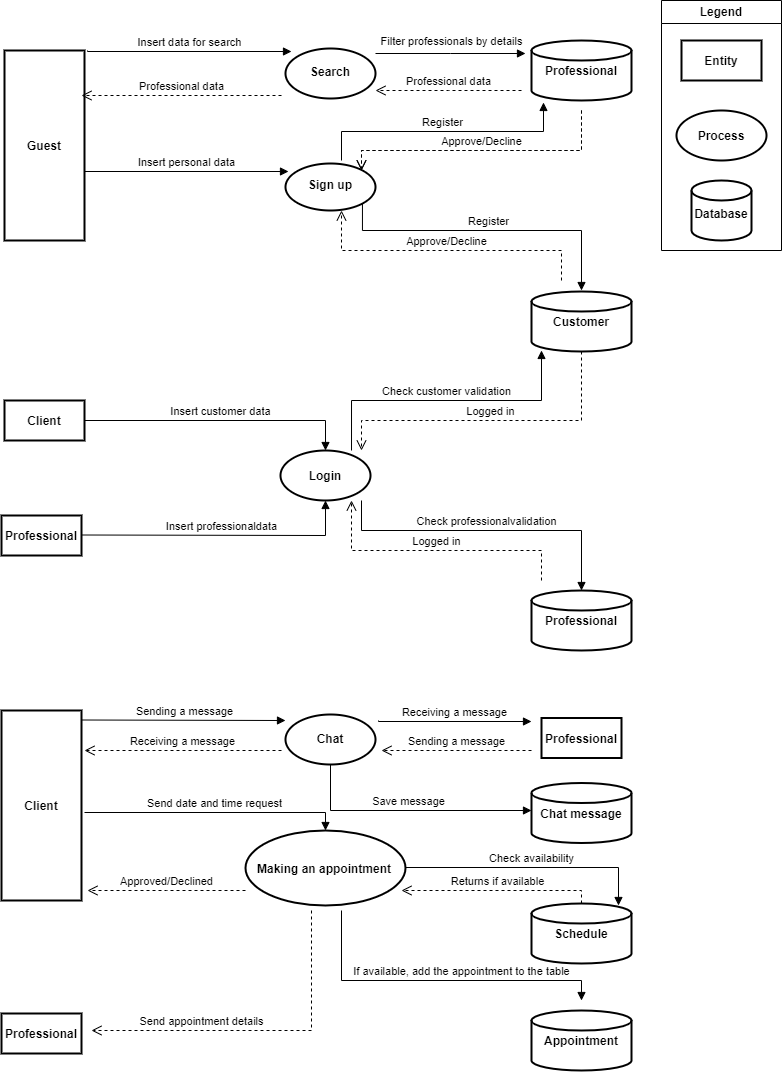
Above: PRO4U_DFD.drawio.png in redhat-beyond/Pro4U (draw.io), before the change. Source tidied: cells renumbered, new cells last; positions are measured from the earlier drawing's top-left corner, leaving out a move shared by most shapes.
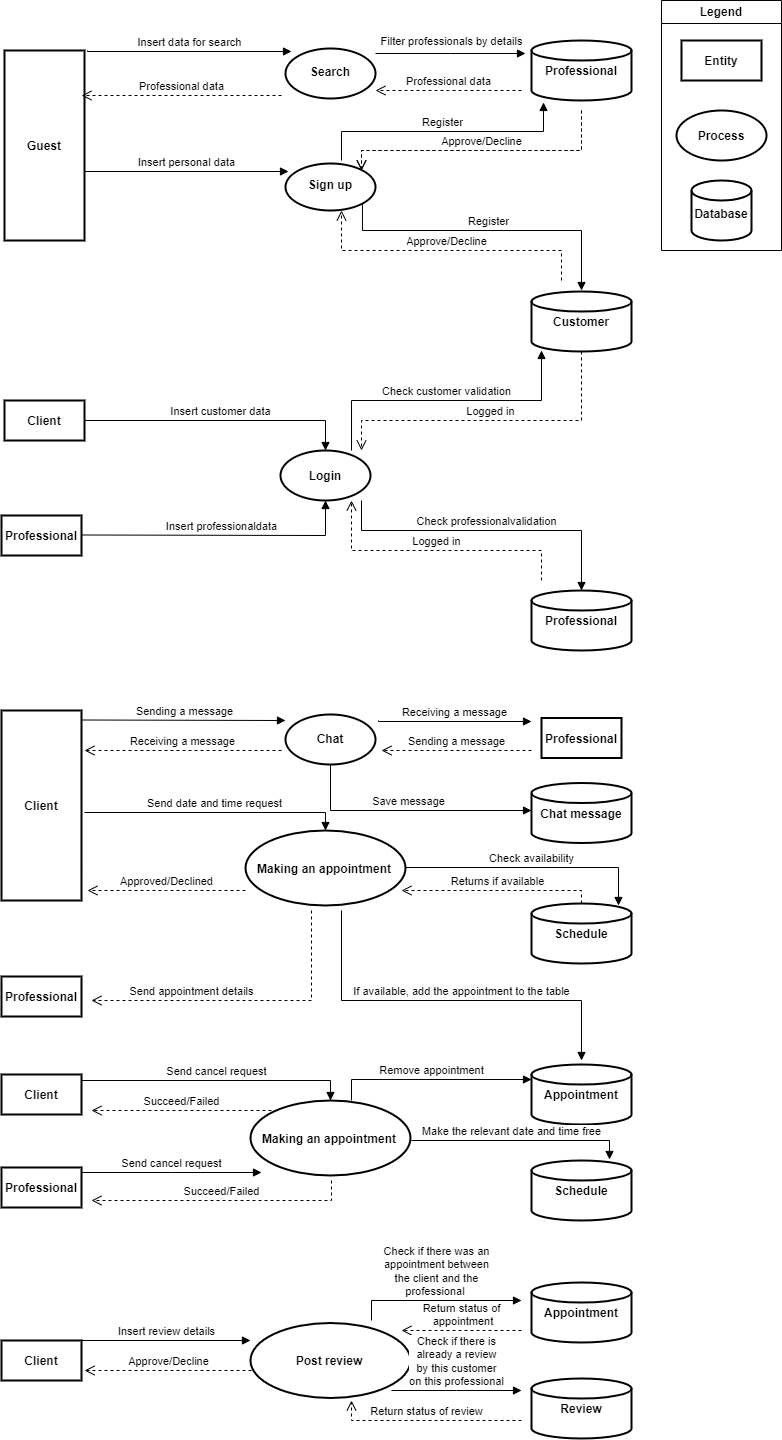
The same diagram one commit later.

What changed in the source:
```diff
@@ -291,34 +291,171 @@
       </mxGeometry>
     </mxCell>
     <mxCell id="64" style="strokeWidth=2;html=1;shape=mxgraph.flowchart.database;whiteSpace=wrap;" parent="1" vertex="1">
-      <mxGeometry x="530" y="1010" width="100" height="60" as="geometry" />
+      <mxGeometry x="530" y="1064" width="100" height="60" as="geometry" />
     </mxCell>
     <mxCell id="65" value="Appointment" style="text;align=center;fontStyle=1;verticalAlign=middle;spacingLeft=3;spacingRight=3;strokeColor=none;" parent="1" vertex="1">
-      <mxGeometry x="540" y="1027" width="80" height="26" as="geometry" />
+      <mxGeometry x="540" y="1081" width="80" height="26" as="geometry" />
     </mxCell>
     <mxCell id="66" style="verticalLabelPosition=bottom;verticalAlign=top;html=1;shape=mxgraph.basic.rect;fillColor2=none;strokeWidth=2;size=20;indent=5;" parent="1" vertex="1">
-      <mxGeometry y="1013" width="80" height="40" as="geometry" />
+      <mxGeometry y="976" width="80" height="40" as="geometry" />
     </mxCell>
     <mxCell id="67" value="Professional" style="text;align=center;fontStyle=1;verticalAlign=middle;spacingLeft=3;spacingRight=3;strokeColor=none;" parent="1" vertex="1">
-      <mxGeometry y="1018" width="80" height="30" as="geometry" />
+      <mxGeometry y="981" width="80" height="30" as="geometry" />
     </mxCell>
     <mxCell id="68" value="If available, add the appointment to the table" style="html=1;verticalAlign=bottom;endArrow=block;edgeStyle=elbowEdgeStyle;elbow=vertical;curved=0;rounded=0;" parent="1" edge="1">
-      <mxGeometry x="0.15" relative="1" as="geometry">
+      <mxGeometry x="0.08" relative="1" as="geometry">
         <mxPoint x="340" y="910" as="sourcePoint" />
-        <mxPoint x="580" y="1000" as="targetPoint" />
+        <mxPoint x="580" y="1060" as="targetPoint" />
         <Array as="points">
-          <mxPoint x="460" y="980" />
+          <mxPoint x="460" y="1000" />
         </Array>
       </mxGeometry>
     </mxCell>
     <mxCell id="69" value="Send appointment details" style="html=1;verticalAlign=bottom;endArrow=open;dashed=1;endSize=8;edgeStyle=elbowEdgeStyle;elbow=vertical;curved=0;rounded=0;" parent="1" edge="1">
       <mxGeometry x="0.35" relative="1" as="geometry">
         <mxPoint x="310" y="910" as="sourcePoint" />
-        <mxPoint x="90" y="1030" as="targetPoint" />
+        <mxPoint x="90" y="1000" as="targetPoint" />
         <Array as="points">
-          <mxPoint x="220" y="1030" />
+          <mxPoint x="310" y="1000" />
         </Array>
       </mxGeometry>
     </mxCell>
+    <mxCell id="70" style="verticalLabelPosition=bottom;verticalAlign=top;html=1;shape=mxgraph.basic.rect;fillColor2=none;strokeWidth=2;size=20;indent=5;" parent="1" vertex="1">
+      <mxGeometry y="1074" width="80" height="40" as="geometry" />
+    </mxCell>
+    <mxCell id="71" value="Client" style="text;align=center;fontStyle=1;verticalAlign=middle;spacingLeft=3;spacingRight=3;strokeColor=none;" parent="1" vertex="1">
+      <mxGeometry y="1079" width="80" height="30" as="geometry" />
+    </mxCell>
+    <mxCell id="72" style="strokeWidth=2;html=1;shape=mxgraph.flowchart.start_1;whiteSpace=wrap;" parent="1" vertex="1">
+      <mxGeometry x="249" y="1100" width="160" height="75" as="geometry" />
+    </mxCell>
+    <mxCell id="73" value="Making an appointment" style="text;align=center;fontStyle=1;verticalAlign=middle;spacingLeft=3;spacingRight=3;strokeColor=none;" parent="1" vertex="1">
+      <mxGeometry x="288" y="1124.5" width="80" height="26" as="geometry" />
+    </mxCell>
+    <mxCell id="74" value="Send cancel request" style="html=1;verticalAlign=bottom;endArrow=block;edgeStyle=elbowEdgeStyle;elbow=vertical;curved=0;rounded=0;" parent="1" edge="1" target="72">
+      <mxGeometry x="0.01" relative="1" as="geometry">
+        <mxPoint x="80" y="1080" as="sourcePoint" />
+        <Array as="points">
+          <mxPoint x="210" y="1080" />
+        </Array>
+      </mxGeometry>
+    </mxCell>
+    <mxCell id="75" value="Remove appointment" style="html=1;verticalAlign=bottom;endArrow=block;edgeStyle=elbowEdgeStyle;elbow=vertical;curved=0;rounded=0;" parent="1" edge="1">
+      <mxGeometry x="0.01" relative="1" as="geometry">
+        <mxPoint x="350" y="1100" as="sourcePoint" />
+        <mxPoint x="530" y="1079" as="targetPoint" />
+        <Array as="points">
+          <mxPoint x="440" y="1079" />
+        </Array>
+      </mxGeometry>
+    </mxCell>
+    <mxCell id="76" style="strokeWidth=2;html=1;shape=mxgraph.flowchart.database;whiteSpace=wrap;" parent="1" vertex="1">
+      <mxGeometry x="530" y="1160" width="100" height="60" as="geometry" />
+    </mxCell>
+    <mxCell id="77" value="Schedule" style="text;align=center;fontStyle=1;verticalAlign=middle;spacingLeft=3;spacingRight=3;strokeColor=none;" parent="1" vertex="1">
+      <mxGeometry x="540" y="1177" width="80" height="26" as="geometry" />
+    </mxCell>
+    <mxCell id="78" style="verticalLabelPosition=bottom;verticalAlign=top;html=1;shape=mxgraph.basic.rect;fillColor2=none;strokeWidth=2;size=20;indent=5;" parent="1" vertex="1">
+      <mxGeometry y="1167" width="80" height="40" as="geometry" />
+    </mxCell>
+    <mxCell id="79" value="Professional" style="text;align=center;fontStyle=1;verticalAlign=middle;spacingLeft=3;spacingRight=3;strokeColor=none;" parent="1" vertex="1">
+      <mxGeometry y="1172" width="80" height="30" as="geometry" />
+    </mxCell>
+    <mxCell id="80" value="Make the relevant date and time free" style="html=1;verticalAlign=bottom;endArrow=block;edgeStyle=elbowEdgeStyle;elbow=vertical;curved=0;rounded=0;entryX=0.78;entryY=-0.017;entryDx=0;entryDy=0;entryPerimeter=0;" parent="1" edge="1" target="76">
+      <mxGeometry x="-0.08" relative="1" as="geometry">
+        <mxPoint x="410" y="1140" as="sourcePoint" />
+        <Array as="points">
+          <mxPoint x="500" y="1140" />
+        </Array>
+      </mxGeometry>
+    </mxCell>
+    <mxCell id="81" value="Send cancel request" style="html=1;verticalAlign=bottom;endArrow=block;edgeStyle=elbowEdgeStyle;elbow=vertical;curved=0;rounded=0;" parent="1" edge="1">
+      <mxGeometry relative="1" as="geometry">
+        <mxPoint x="80" y="1172" as="sourcePoint" />
+        <mxPoint x="260" y="1172" as="targetPoint" />
+      </mxGeometry>
+    </mxCell>
+    <mxCell id="82" value="Succeed/Failed" style="html=1;verticalAlign=bottom;endArrow=open;dashed=1;endSize=8;edgeStyle=elbowEdgeStyle;elbow=vertical;curved=0;rounded=0;" parent="1" edge="1">
+      <mxGeometry relative="1" as="geometry">
+        <mxPoint x="270" y="1110" as="sourcePoint" />
+        <mxPoint x="90" y="1110" as="targetPoint" />
+      </mxGeometry>
+    </mxCell>
+    <mxCell id="83" value="Succeed/Failed" style="html=1;verticalAlign=bottom;endArrow=open;dashed=1;endSize=8;edgeStyle=elbowEdgeStyle;elbow=vertical;curved=0;rounded=0;" parent="1" edge="1">
+      <mxGeometry relative="1" as="geometry">
+        <mxPoint x="330" y="1180" as="sourcePoint" />
+        <mxPoint x="90" y="1200" as="targetPoint" />
+        <Array as="points">
+          <mxPoint x="330" y="1200" />
+        </Array>
+      </mxGeometry>
+    </mxCell>
+    <mxCell id="84" style="verticalLabelPosition=bottom;verticalAlign=top;html=1;shape=mxgraph.basic.rect;fillColor2=none;strokeWidth=2;size=20;indent=5;" parent="1" vertex="1">
+      <mxGeometry y="1340" width="80" height="40" as="geometry" />
+    </mxCell>
+    <mxCell id="85" value="Client" style="text;align=center;fontStyle=1;verticalAlign=middle;spacingLeft=3;spacingRight=3;strokeColor=none;points=[[0,0.5],[1,0.5]];portConstraint=eastwest;" parent="1" vertex="1">
+      <mxGeometry y="1345" width="80" height="30" as="geometry" />
+    </mxCell>
+    <mxCell id="86" style="strokeWidth=2;html=1;shape=mxgraph.flowchart.start_1;whiteSpace=wrap;" parent="1" vertex="1">
+      <mxGeometry x="249" y="1322.5" width="160" height="75" as="geometry" />
+    </mxCell>
+    <mxCell id="87" value="Post review" style="text;align=center;fontStyle=1;verticalAlign=middle;spacingLeft=3;spacingRight=3;strokeColor=none;" parent="1" vertex="1">
+      <mxGeometry x="288" y="1347" width="80" height="26" as="geometry" />
+    </mxCell>
+    <mxCell id="88" style="strokeWidth=2;html=1;shape=mxgraph.flowchart.database;whiteSpace=wrap;" parent="1" vertex="1">
+      <mxGeometry x="530" y="1282" width="100" height="60" as="geometry" />
+    </mxCell>
+    <mxCell id="89" value="Appointment" style="text;align=center;fontStyle=1;verticalAlign=middle;spacingLeft=3;spacingRight=3;strokeColor=none;" parent="1" vertex="1">
+      <mxGeometry x="540" y="1299" width="80" height="26" as="geometry" />
+    </mxCell>
+    <mxCell id="90" style="strokeWidth=2;html=1;shape=mxgraph.flowchart.database;whiteSpace=wrap;" parent="1" vertex="1">
+      <mxGeometry x="530" y="1378" width="100" height="60" as="geometry" />
+    </mxCell>
+    <mxCell id="91" value="Review" style="text;align=center;fontStyle=1;verticalAlign=middle;spacingLeft=3;spacingRight=3;strokeColor=none;" parent="1" vertex="1">
+      <mxGeometry x="540" y="1395" width="80" height="26" as="geometry" />
+    </mxCell>
+    <mxCell id="92" value="Insert review details" style="html=1;verticalAlign=bottom;endArrow=block;edgeStyle=elbowEdgeStyle;elbow=vertical;curved=0;rounded=0;" parent="1" edge="1" target="86">
+      <mxGeometry relative="1" as="geometry">
+        <mxPoint x="80" y="1340" as="sourcePoint" />
+      </mxGeometry>
+    </mxCell>
+    <mxCell id="93" value="Check if there was an&lt;br&gt;appointment between&lt;br&gt;the client and the&lt;br&gt;professional&amp;nbsp;" style="html=1;verticalAlign=bottom;endArrow=block;edgeStyle=elbowEdgeStyle;elbow=vertical;curved=0;rounded=0;" parent="1" edge="1">
+      <mxGeometry relative="1" as="geometry">
+        <mxPoint x="370" y="1320" as="sourcePoint" />
+        <mxPoint x="520" y="1300" as="targetPoint" />
+        <Array as="points">
+          <mxPoint x="440" y="1300" />
+        </Array>
+      </mxGeometry>
+    </mxCell>
+    <mxCell id="94" value="Return status of&lt;br&gt;&amp;nbsp;appointment" style="html=1;verticalAlign=bottom;endArrow=open;dashed=1;endSize=8;edgeStyle=elbowEdgeStyle;elbow=vertical;curved=0;rounded=0;" parent="1" edge="1">
+      <mxGeometry relative="1" as="geometry">
+        <mxPoint x="520" y="1330" as="sourcePoint" />
+        <mxPoint x="400" y="1330" as="targetPoint" />
+        <Array as="points">
+          <mxPoint x="450" y="1330" />
+        </Array>
+      </mxGeometry>
+    </mxCell>
+    <mxCell id="95" value="Check if there is&lt;br&gt;already a review&lt;br&gt;by this customer&lt;br&gt;on this professional" style="html=1;verticalAlign=bottom;endArrow=block;edgeStyle=elbowEdgeStyle;elbow=vertical;curved=0;rounded=0;" parent="1" edge="1">
+      <mxGeometry relative="1" as="geometry">
+        <mxPoint x="390" y="1390" as="sourcePoint" />
+        <mxPoint x="520" y="1390" as="targetPoint" />
+      </mxGeometry>
+    </mxCell>
+    <mxCell id="96" value="Return status of review" style="html=1;verticalAlign=bottom;endArrow=open;dashed=1;endSize=8;edgeStyle=elbowEdgeStyle;elbow=vertical;curved=0;rounded=0;" parent="1" edge="1">
+      <mxGeometry relative="1" as="geometry">
+        <mxPoint x="520" y="1420" as="sourcePoint" />
+        <mxPoint x="350" y="1400" as="targetPoint" />
+        <Array as="points">
+          <mxPoint x="440" y="1420" />
+        </Array>
+      </mxGeometry>
+    </mxCell>
+    <mxCell id="97" value="Approve/Decline" style="html=1;verticalAlign=bottom;endArrow=open;dashed=1;endSize=8;edgeStyle=elbowEdgeStyle;elbow=vertical;curved=0;rounded=0;entryX=1.038;entryY=0.833;entryDx=0;entryDy=0;entryPerimeter=0;" parent="1" edge="1" target="85">
+      <mxGeometry relative="1" as="geometry">
+        <mxPoint x="250" y="1370" as="sourcePoint" />
+      </mxGeometry>
+    </mxCell>
   </root>
 </mxGraphModel>
```
